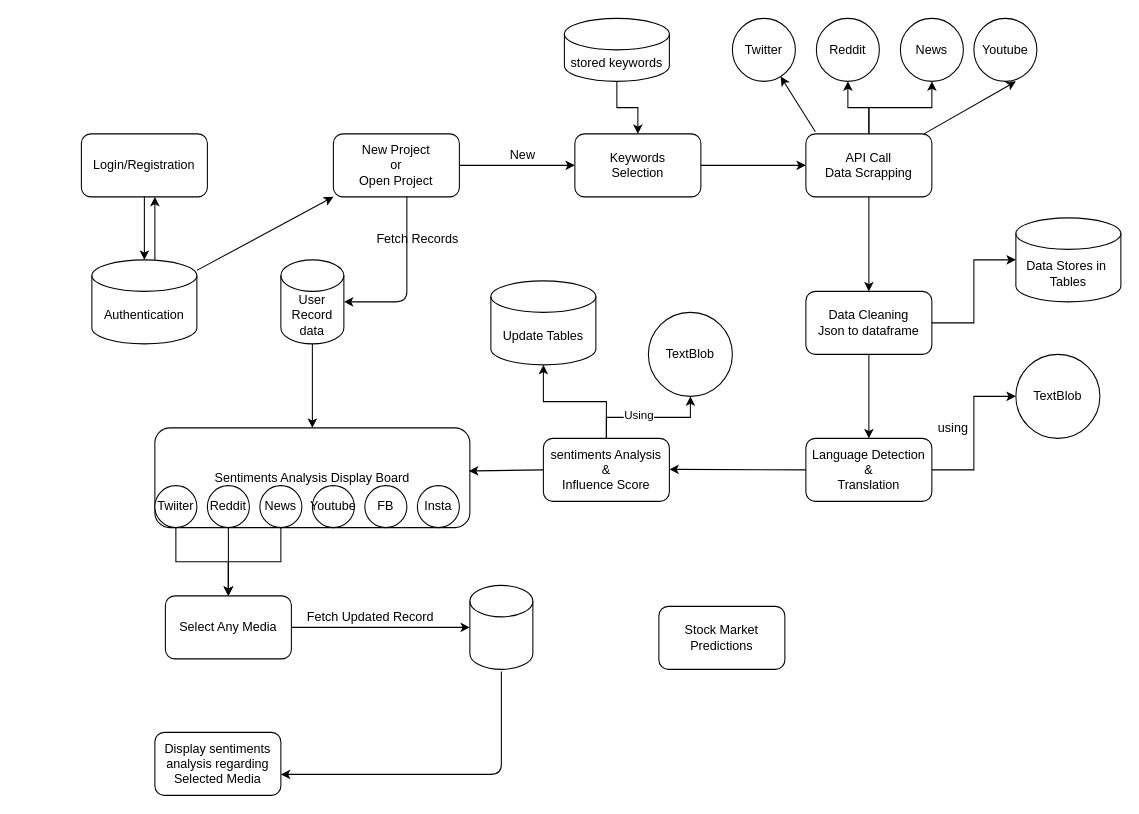
Before: Untitled Diagram.drawio in waheedwaqar32202/DSA_Codes, a draw.io diagram. Source tidied: cells renumbered, new cells numbered last; positions are measured from the earlier drawing's top-left corner, leaving out a move shared by most shapes. Both pictures are drawn from the tidied source at 105%, with x=0, y=0 at pixel (81, 18).
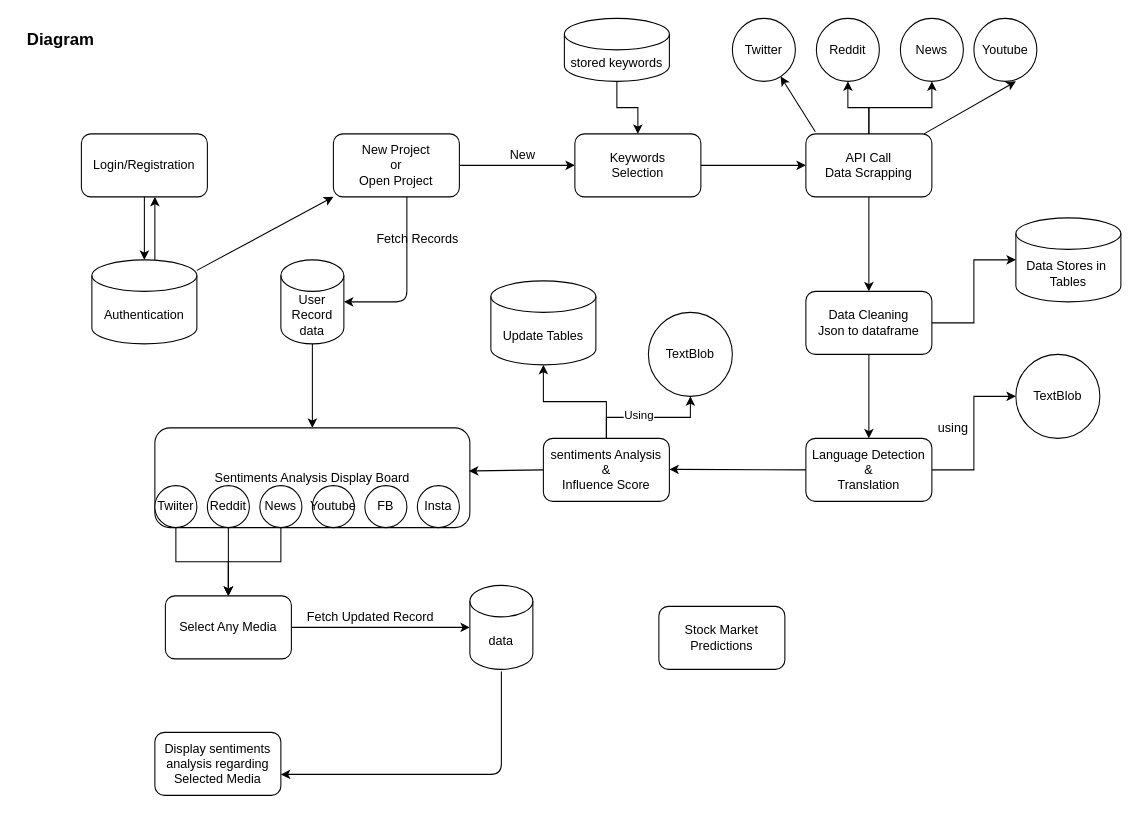
Above is the later version.

The edit, as a diff of the source:
```diff
@@
-    <mxCell id="56" style="shape=cylinder3;whiteSpace=wrap;html=1;boundedLbl=1;backgroundOutline=1;size=15;" parent="1" vertex="1">
+    <mxCell id="56" value="data" style="shape=cylinder3;whiteSpace=wrap;html=1;boundedLbl=1;backgroundOutline=1;size=15;" parent="1" vertex="1">
       <mxGeometry x="370" y="540" width="60" height="80" as="geometry" />
     </mxCell>
@@
+    <mxCell id="61" value="&lt;b&gt;&lt;font style=&quot;font-size: 16px&quot;&gt;Diagram&lt;/font&gt;&lt;/b&gt;" style="text;html=1;align=center;verticalAlign=middle;strokeColor=none;" parent="1" vertex="1">
+      <mxGeometry x="-60" y="10" width="80" height="20" as="geometry" />
+    </mxCell>
```
